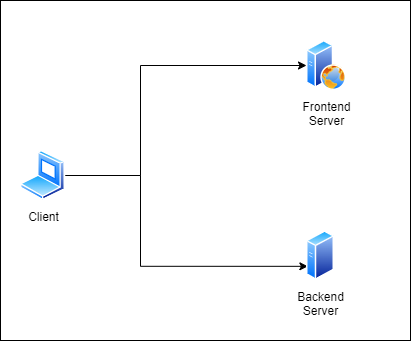
divyanshyadav/chat-app keeps this draw.io diagram as diagram.png. Above is the earlier version. Source tidied: cells renumbered, new cells last; positions are measured from the earlier drawing's top-left corner, leaving out a move shared by most shapes.
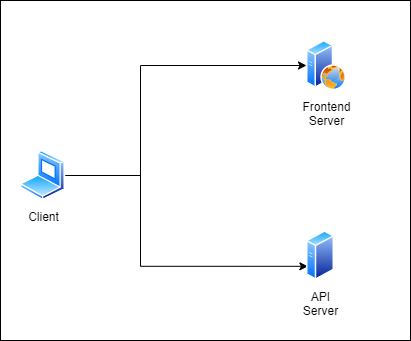
The same diagram one commit later.

Change to the diagram source:
```diff
@@ -27,7 +27,7 @@
     <mxCell id="6" value="Frontend&lt;br&gt;Server" style="perimeter=ellipsePerimeter;html=1;align=center;shadow=0;dashed=0;spacingTop=3;image;image=img/lib/active_directory/web_server.svg;" parent="1" vertex="1">
       <mxGeometry x="306" y="40" width="40" height="50" as="geometry" />
     </mxCell>
-    <mxCell id="7" value="Backend&lt;br&gt;Server" style="perimeter=ellipsePerimeter;html=1;align=center;shadow=0;dashed=0;spacingTop=3;image;image=img/lib/active_directory/generic_server.svg;" parent="1" vertex="1">
+    <mxCell id="7" value="API&lt;br&gt;Server" style="perimeter=ellipsePerimeter;html=1;align=center;shadow=0;dashed=0;spacingTop=3;image;image=img/lib/active_directory/generic_server.svg;" parent="1" vertex="1">
       <mxGeometry x="306" y="230" width="28" height="50" as="geometry" />
     </mxCell>
   </root>
```
